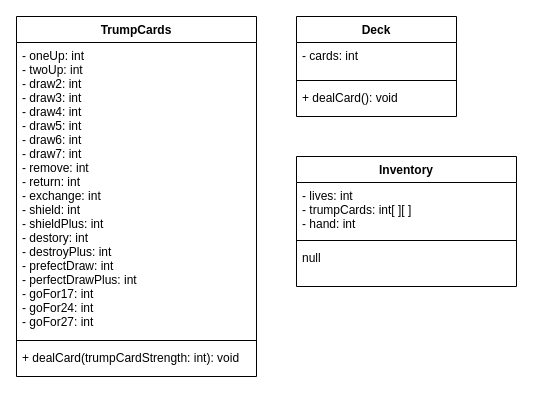
This is Drawio/deckClass.drawio from MTHS-ICS4U-2022/ICS4U-2022-Final-Project-Aidan, a draw.io file, before an edit. Source tidied: cells renumbered, new cells numbered last; positions are measured from the earlier drawing's top-left corner, leaving out a move shared by most shapes. Both pictures are drawn from the tidied source at 100%, with x=0, y=0 at pixel (16, 16).
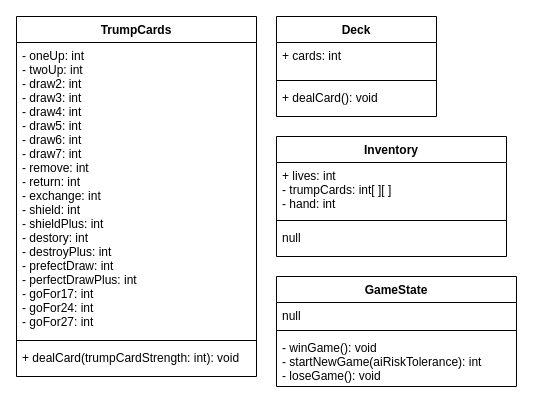
The same diagram, later.

Commit message:
class diagram finished

Change to the diagram source:
```diff
@@
 <mxGraphModel>
   <root>
     <mxCell id="0" />
     <mxCell id="1" parent="0" />
     <mxCell id="2" value="Deck" style="swimlane;fontStyle=1;align=center;verticalAlign=top;horizontal=1;startSize=26;" parent="1" vertex="1">
-      <mxGeometry x="280" width="160" height="100" as="geometry" />
+      <mxGeometry x="260" width="160" height="100" as="geometry" />
     </mxCell>
-    <mxCell id="3" value="- cards: int&#10;" style="text;strokeColor=none;fillColor=none;align=left;verticalAlign=top;spacingLeft=4;spacingRight=4;overflow=hidden;" parent="2" vertex="1">
+    <mxCell id="3" value="+ cards: int&#10;" style="text;strokeColor=none;fillColor=none;align=left;verticalAlign=top;spacingLeft=4;spacingRight=4;overflow=hidden;" parent="2" vertex="1">
       <mxGeometry y="26" width="160" height="34" as="geometry" />
     </mxCell>
     <mxCell id="4" style="line;strokeWidth=1;fillColor=none;align=left;verticalAlign=middle;spacingTop=-1;spacingLeft=3;spacingRight=3;labelPosition=right;" parent="2" vertex="1">
       <mxGeometry y="60" width="160" height="8" as="geometry" />
     </mxCell>
     <mxCell id="5" value="+ dealCard(): void" style="text;strokeColor=none;fillColor=none;align=left;verticalAlign=top;spacingLeft=4;spacingRight=4;overflow=hidden;" parent="2" vertex="1">
       <mxGeometry y="68" width="160" height="32" as="geometry" />
     </mxCell>
     <mxCell id="6" value="Inventory" style="swimlane;fontStyle=1;align=center;verticalAlign=top;horizontal=1;startSize=26;" parent="1" vertex="1">
-      <mxGeometry x="280" y="140" width="220" height="130" as="geometry" />
+      <mxGeometry x="260" y="120" width="230" height="120" as="geometry" />
     </mxCell>
-    <mxCell id="7" value="- lives: int&#10;- trumpCards: int[ ][ ]&#10;- hand: int" style="text;strokeColor=none;fillColor=none;align=left;verticalAlign=top;spacingLeft=4;spacingRight=4;overflow=hidden;" parent="6" vertex="1">
-      <mxGeometry y="26" width="220" height="54" as="geometry" />
+    <mxCell id="7" value="+ lives: int&#10;- trumpCards: int[ ][ ]&#10;- hand: int" style="text;strokeColor=none;fillColor=none;align=left;verticalAlign=top;spacingLeft=4;spacingRight=4;overflow=hidden;" parent="6" vertex="1">
+      <mxGeometry y="26" width="230" height="54" as="geometry" />
     </mxCell>
     <mxCell id="8" style="line;strokeWidth=1;fillColor=none;align=left;verticalAlign=middle;spacingTop=-1;spacingLeft=3;spacingRight=3;labelPosition=right;" parent="6" vertex="1">
-      <mxGeometry y="80" width="220" height="8" as="geometry" />
+      <mxGeometry y="80" width="230" height="8" as="geometry" />
     </mxCell>
     <mxCell id="9" value="null" style="text;strokeColor=none;fillColor=none;align=left;verticalAlign=top;spacingLeft=4;spacingRight=4;overflow=hidden;" parent="6" vertex="1">
-      <mxGeometry y="88" width="220" height="42" as="geometry" />
+      <mxGeometry y="88" width="230" height="32" as="geometry" />
     </mxCell>
     <mxCell id="10" value="TrumpCards" style="swimlane;fontStyle=1;align=center;verticalAlign=top;horizontal=1;startSize=26;" parent="1" vertex="1">
       <mxGeometry width="240" height="360" as="geometry" />
     </mxCell>
     <mxCell id="11" value="- oneUp: int&#10;- twoUp: int&#10;- draw2: int&#10;- draw3: int&#10;- draw4: int&#10;- draw5: int&#10;- draw6: int&#10;- draw7: int&#10;- remove: int&#10;- return: int&#10;- exchange: int&#10;- shield: int&#10;- shieldPlus: int&#10;- destory: int&#10;- destroyPlus: int&#10;- prefectDraw: int&#10;- perfectDrawPlus: int&#10;- goFor17: int&#10;- goFor24: int&#10;- goFor27: int" style="text;strokeColor=none;fillColor=none;align=left;verticalAlign=top;spacingLeft=4;spacingRight=4;overflow=hidden;" parent="10" vertex="1">
       <mxGeometry y="26" width="240" height="294" as="geometry" />
     </mxCell>
     <mxCell id="12" style="line;strokeWidth=1;fillColor=none;align=left;verticalAlign=middle;spacingTop=-1;spacingLeft=3;spacingRight=3;labelPosition=right;" parent="10" vertex="1">
       <mxGeometry y="320" width="240" height="8" as="geometry" />
     </mxCell>
     <mxCell id="13" value="+ dealCard(trumpCardStrength: int): void" style="text;strokeColor=none;fillColor=none;align=left;verticalAlign=top;spacingLeft=4;spacingRight=4;overflow=hidden;" parent="10" vertex="1">
       <mxGeometry y="328" width="240" height="32" as="geometry" />
     </mxCell>
+    <mxCell id="14" value="GameState" style="swimlane;fontStyle=1;align=center;verticalAlign=top;horizontal=1;startSize=26;" parent="1" vertex="1">
+      <mxGeometry x="260" y="260" width="240" height="110" as="geometry" />
+    </mxCell>
+    <mxCell id="15" value="null" style="text;strokeColor=none;fillColor=none;align=left;verticalAlign=top;spacingLeft=4;spacingRight=4;overflow=hidden;" parent="14" vertex="1">
+      <mxGeometry y="26" width="240" height="24" as="geometry" />
+    </mxCell>
+    <mxCell id="16" style="line;strokeWidth=1;fillColor=none;align=left;verticalAlign=middle;spacingTop=-1;spacingLeft=3;spacingRight=3;labelPosition=right;" parent="14" vertex="1">
+      <mxGeometry y="50" width="240" height="8" as="geometry" />
+    </mxCell>
+    <mxCell id="17" value="- winGame(): void&#10;- startNewGame(aiRiskTolerance): int&#10;- loseGame(): void" style="text;strokeColor=none;fillColor=none;align=left;verticalAlign=top;spacingLeft=4;spacingRight=4;overflow=hidden;" parent="14" vertex="1">
+      <mxGeometry y="58" width="240" height="52" as="geometry" />
+    </mxCell>
   </root>
 </mxGraphModel>
```
